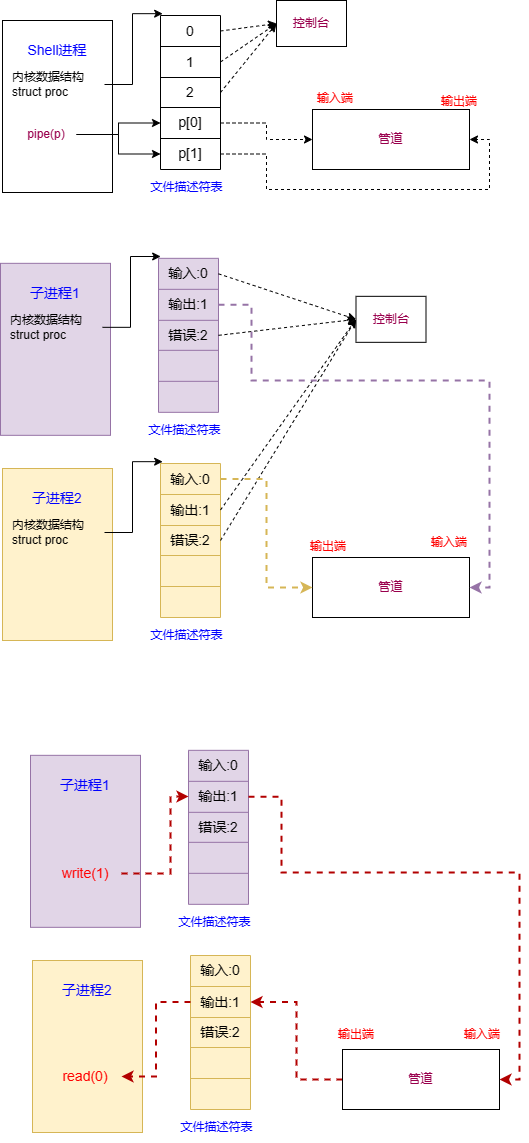
Above: OS/管道的实现.drawio.png in SixPlusAndTimes/drawio (draw.io), before the change. Source tidied: cells renumbered, new cells last; positions are measured from the earlier drawing's top-left corner, leaving out a move shared by most shapes.
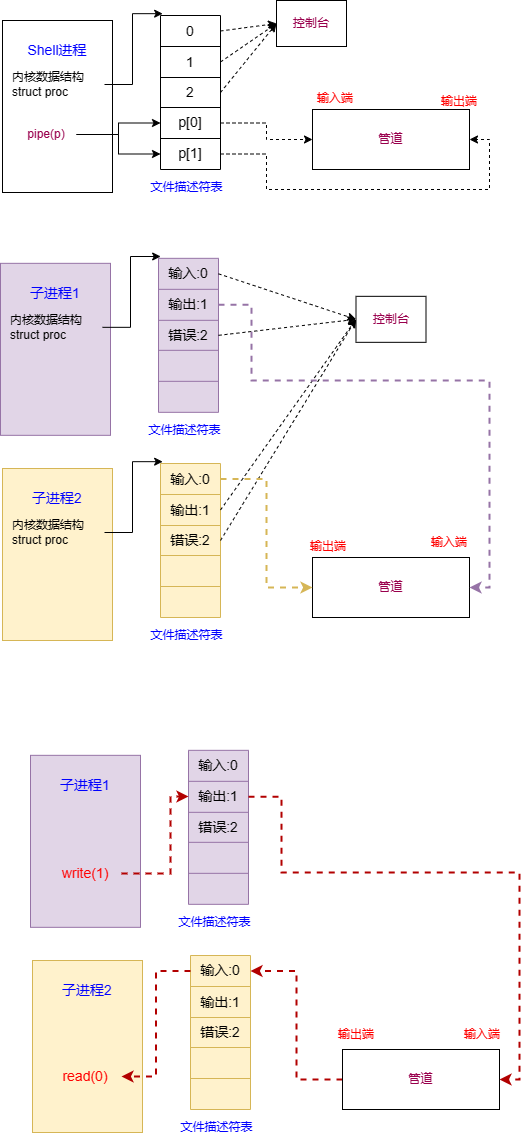
The same diagram one commit later.

Commit message:
Update 管道的实现.drawio.png

The edit, as a diff of the source:
```diff
@@ -261,7 +261,7 @@
     <mxCell id="85" value="&lt;font style=&quot;font-size: 12px;&quot; color=&quot;#0000ff&quot;&gt;文件描述符表&lt;/font&gt;" style="text;html=1;strokeColor=none;fillColor=none;align=center;verticalAlign=middle;whiteSpace=wrap;rounded=0;" parent="1" vertex="1">
       <mxGeometry x="175" y="1112" width="83" height="30" as="geometry" />
     </mxCell>
-    <mxCell id="86" style="edgeStyle=orthogonalEdgeStyle;rounded=0;jettySize=auto;html=1;exitX=0;exitY=0.5;exitDx=0;exitDy=0;entryX=1;entryY=0.5;entryDx=0;entryDy=0;dashed=1;strokeWidth=2;fontSize=12;fontColor=#FF0000;fillColor=#e51400;strokeColor=#B20000;" parent="1" edge="1" source="87" target="77">
+    <mxCell id="86" style="edgeStyle=orthogonalEdgeStyle;rounded=0;jettySize=auto;html=1;exitX=0;exitY=0.5;exitDx=0;exitDy=0;entryX=1;entryY=0.5;entryDx=0;entryDy=0;dashed=1;strokeWidth=2;fontSize=12;fontColor=#FF0000;fillColor=#e51400;strokeColor=#B20000;" parent="1" edge="1" source="87" target="75">
       <mxGeometry relative="1" as="geometry" />
     </mxCell>
     <mxCell id="87" value="管道" style="rounded=0;whiteSpace=wrap;html=1;fontSize=12;fontColor=#99004D;" parent="1" vertex="1">
@@ -339,7 +339,7 @@
     <mxCell id="107" value="&lt;span style=&quot;font-size: 14px;&quot;&gt;&lt;font color=&quot;#ff0000&quot;&gt;read(0)&lt;/font&gt;&lt;/span&gt;" style="text;html=1;strokeColor=none;fillColor=none;align=center;verticalAlign=middle;whiteSpace=wrap;rounded=0;" parent="1" vertex="1">
       <mxGeometry x="49" y="1061" width="72" height="30" as="geometry" />
     </mxCell>
-    <mxCell id="108" style="edgeStyle=orthogonalEdgeStyle;rounded=0;jettySize=auto;html=1;exitX=0;exitY=0.5;exitDx=0;exitDy=0;entryX=1;entryY=0.5;entryDx=0;entryDy=0;dashed=1;strokeWidth=2;fontSize=12;fontColor=#FF0000;fillColor=#e51400;strokeColor=#B20000;" parent="1" edge="1" source="77" target="107">
+    <mxCell id="108" style="edgeStyle=orthogonalEdgeStyle;rounded=0;jettySize=auto;html=1;exitX=0;exitY=0.5;exitDx=0;exitDy=0;entryX=1;entryY=0.5;entryDx=0;entryDy=0;dashed=1;strokeWidth=2;fontSize=12;fontColor=#FF0000;fillColor=#e51400;strokeColor=#B20000;" parent="1" edge="1" source="75" target="107">
       <mxGeometry relative="1" as="geometry" />
     </mxCell>
   </root>
```
